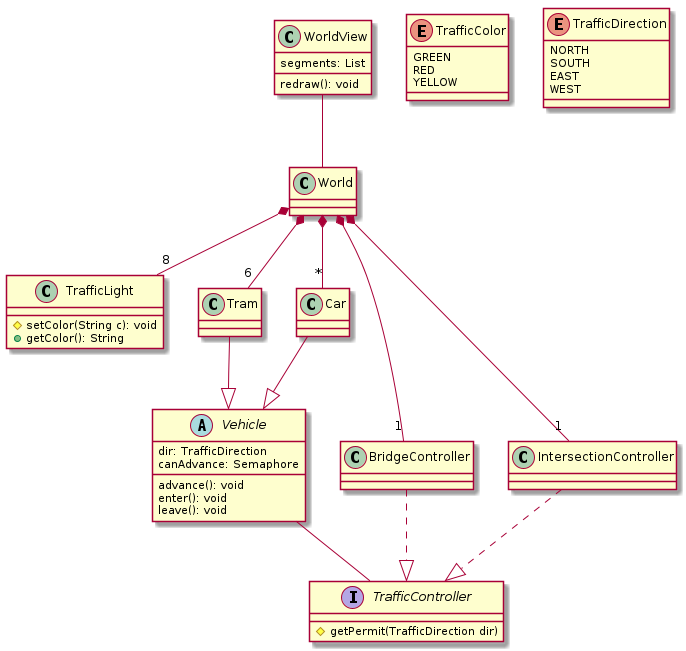
Before: tramway-uml.png, a diagram exported from PlantUML (wanisramdani/tramway).
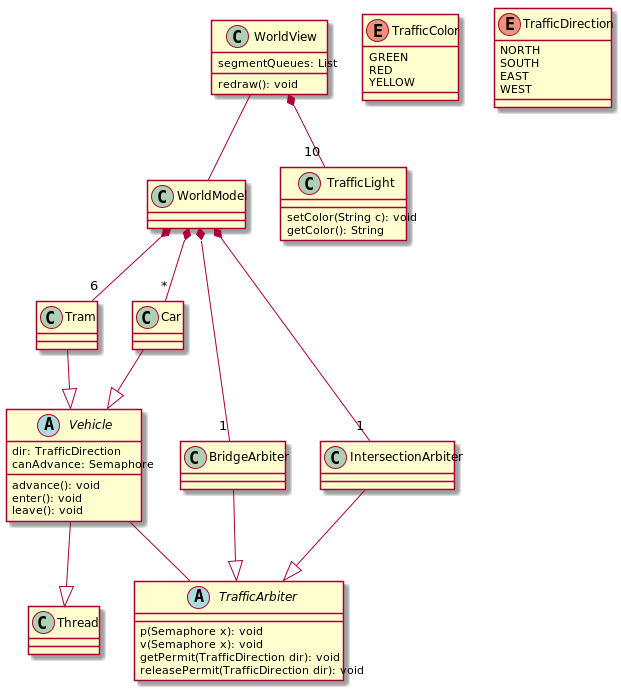
The same diagram one commit later.

What changed in the source:
```diff
@@ -1,18 +1,34 @@
 @startuml tramway
 
 class WorldView {
-  segments: List
+  segmentQueues: List
 
   redraw(): void
 }
-WorldView -- World
+WorldView -- WorldModel
+WorldView *-- "10" TrafficLight
 
-class World {}
-World *-- "8" TrafficLight
-World *-- "6" Tram
-World *-- "*" Car
-World *-- "1" BridgeController
-World *-- "1" IntersectionController
+class WorldModel {
+}
+WorldModel *-- "6" Tram
+WorldModel *-- "*" Car
+WorldModel *-- "1" BridgeArbiter
+WorldModel *-- "1" IntersectionArbiter
+
+abstract class TrafficArbiter {
+  p(Semaphore x): void
+  v(Semaphore x): void
+  getPermit(TrafficDirection dir): void
+  releasePermit(TrafficDirection dir): void
+}
+
+class BridgeArbiter {
+}
+BridgeArbiter --|> TrafficArbiter
+
+class IntersectionArbiter {
+}
+IntersectionArbiter --|> TrafficArbiter
 
 abstract class Vehicle {
   dir: TrafficDirection
@@ -22,25 +38,19 @@
   enter(): void
   leave(): void
 }
-class Tram {}
-class Car {}
+class Tram {
+}
+class Car {
+}
 Tram --|> Vehicle
 Car --|> Vehicle
-Vehicle -- TrafficController
+Vehicle -- TrafficArbiter
 
-interface TrafficController {
-  # getPermit(TrafficDirection dir)
-}
-
-class BridgeController {}
-BridgeController ..|> TrafficController
-
-class IntersectionController {}
-IntersectionController ..|> TrafficController
+Vehicle --|> Thread
 
 class TrafficLight {
-  # setColor(String c): void
-  + getColor(): String
+  setColor(String c): void
+  getColor(): String
 }
 
 enum TrafficColor {
```
